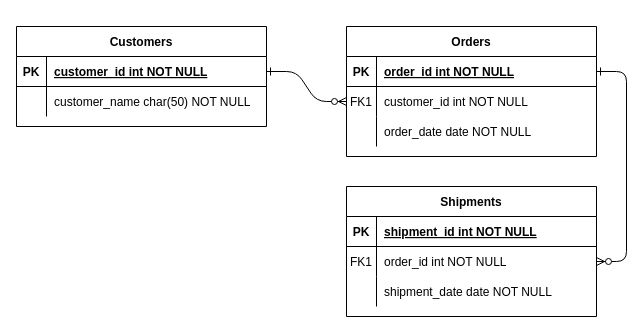
The draw.io diagram 名称未設定ファイル.drawio in YoshitakaSaito1223/JavaInClass, before the edit. Source tidied: cells renumbered, new cells numbered last; positions are measured from the earlier drawing's top-left corner, leaving out a move shared by most shapes. Both pictures are drawn from the tidied source at 100%, with x=0, y=0 at pixel (16, 26).
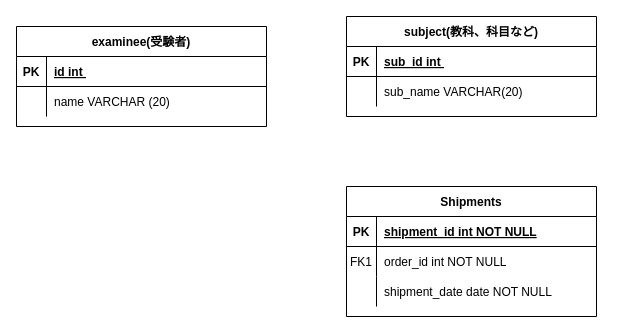
The same page after the edit.

Commit message:
ER図更新ーテーブル概要作成

Unchanged cells that the change refers to:
```xml
<mxCell id="5" style="shape=partialRectangle;fillColor=none;points=[[0,0.5],[1,0.5]];portConstraint=eastwest;top=0;left=0;right=0;bottom=1;" parent="4" vertex="1">
  <mxGeometry y="30" width="250" height="30" as="geometry" />
</mxCell>
<mxCell id="8" style="shape=partialRectangle;fillColor=none;points=[[0,0.5],[1,0.5]];portConstraint=eastwest;top=0;left=0;right=0;bottom=0;" parent="4" vertex="1">
  <mxGeometry y="60" width="250" height="30" as="geometry" />
</mxCell>
<mxCell id="18" style="shape=partialRectangle;fillColor=none;points=[[0,0.5],[1,0.5]];portConstraint=eastwest;top=0;left=0;right=0;bottom=0;" parent="14" vertex="1">
  <mxGeometry y="60" width="250" height="30" as="geometry" />
</mxCell>
<mxCell id="25" style="shape=partialRectangle;fillColor=none;points=[[0,0.5],[1,0.5]];portConstraint=eastwest;top=0;left=0;right=0;bottom=1;" parent="24" vertex="1">
  <mxGeometry y="30" width="250" height="30" as="geometry" />
</mxCell>
<mxCell id="28" style="shape=partialRectangle;fillColor=none;top=0;left=0;right=0;bottom=0;" parent="24" vertex="1">
  <mxGeometry y="60" width="250" height="30" as="geometry" />
</mxCell>
```

What changed in the source:
```diff
@@
-    <mxCell id="2" style="edgeStyle=entityRelationEdgeStyle;endArrow=ERzeroToMany;startArrow=ERone;endFill=1;startFill=0;" parent="1" edge="1" source="25" target="8">
-      <mxGeometry relative="1" as="geometry" />
-    </mxCell>
-    <mxCell id="3" style="edgeStyle=entityRelationEdgeStyle;endArrow=ERzeroToMany;startArrow=ERone;endFill=1;startFill=0;" parent="1" edge="1" source="5" target="18">
-      <mxGeometry relative="1" as="geometry" />
-    </mxCell>
-    <mxCell id="4" value="Orders" style="shape=table;startSize=30;childLayout=tableLayout;rowLines=0;fontStyle=1;align=center;" parent="1" vertex="1">
-      <mxGeometry x="330" width="250" height="130" as="geometry" />
+    <mxCell id="4" value="subject(教科、科目など)" style="shape=table;startSize=30;childLayout=tableLayout;rowLines=0;fontStyle=1;align=center;" parent="1" vertex="1">
+      <mxGeometry x="330" y="-10" width="250" height="100" as="geometry" />
     </mxCell>
@@
-    <mxCell id="7" value="order_id int NOT NULL " style="shape=partialRectangle;overflow=hidden;fillColor=none;top=0;left=0;bottom=0;right=0;align=left;spacingLeft=6;fontStyle=5;" parent="5" vertex="1">
+    <mxCell id="7" value="sub_id int " style="shape=partialRectangle;overflow=hidden;fillColor=none;top=0;left=0;bottom=0;right=0;align=left;spacingLeft=6;fontStyle=5;" parent="5" vertex="1">
       <mxGeometry x="30" width="220" height="30" as="geometry" />
     </mxCell>
@@
-    <mxCell id="9" value="FK1" style="shape=partialRectangle;overflow=hidden;fillColor=none;top=0;left=0;bottom=0;right=0;" parent="8" vertex="1">
+    <mxCell id="9" style="shape=partialRectangle;overflow=hidden;fillColor=none;top=0;left=0;bottom=0;right=0;" parent="8" vertex="1">
       <mxGeometry width="30" height="30" as="geometry" />
     </mxCell>
-    <mxCell id="10" value="customer_id int NOT NULL" style="shape=partialRectangle;overflow=hidden;fillColor=none;top=0;left=0;bottom=0;right=0;align=left;spacingLeft=6;" parent="8" vertex="1">
+    <mxCell id="10" value="sub_name VARCHAR(20)" style="shape=partialRectangle;overflow=hidden;fillColor=none;top=0;left=0;bottom=0;right=0;align=left;spacingLeft=6;" parent="8" vertex="1">
       <mxGeometry x="30" width="220" height="30" as="geometry" />
     </mxCell>
-    <mxCell id="11" style="shape=partialRectangle;fillColor=none;top=0;left=0;right=0;bottom=0;" parent="4" vertex="1">
-      <mxGeometry y="90" width="250" height="30" as="geometry" />
-    </mxCell>
-    <mxCell id="12" style="shape=partialRectangle;overflow=hidden;fillColor=none;top=0;left=0;bottom=0;right=0;" parent="11" vertex="1">
-      <mxGeometry width="30" height="30" as="geometry" />
-    </mxCell>
-    <mxCell id="13" value="order_date date NOT NULL" style="shape=partialRectangle;overflow=hidden;fillColor=none;top=0;left=0;bottom=0;right=0;align=left;spacingLeft=6;" parent="11" vertex="1">
-      <mxGeometry x="30" width="220" height="30" as="geometry" />
-    </mxCell>
@@
-    <mxCell id="24" value="Customers" style="shape=table;startSize=30;childLayout=tableLayout;rowLines=0;fontStyle=1;align=center;" parent="1" vertex="1">
+    <mxCell id="24" value="examinee(受験者)" style="shape=table;startSize=30;childLayout=tableLayout;rowLines=0;fontStyle=1;align=center;" parent="1" vertex="1">
       <mxGeometry width="250" height="100" as="geometry" />
     </mxCell>
@@
-    <mxCell id="27" value="customer_id int NOT NULL " style="shape=partialRectangle;overflow=hidden;fillColor=none;top=0;left=0;bottom=0;right=0;align=left;spacingLeft=6;fontStyle=5;" parent="25" vertex="1">
+    <mxCell id="27" value="id int " style="shape=partialRectangle;overflow=hidden;fillColor=none;top=0;left=0;bottom=0;right=0;align=left;spacingLeft=6;fontStyle=5;" parent="25" vertex="1">
       <mxGeometry x="30" width="220" height="30" as="geometry" />
     </mxCell>
@@
-    <mxCell id="30" value="customer_name char(50) NOT NULL" style="shape=partialRectangle;overflow=hidden;fillColor=none;top=0;left=0;bottom=0;right=0;align=left;spacingLeft=6;" parent="28" vertex="1">
+    <mxCell id="30" value="name VARCHAR (20)" style="shape=partialRectangle;overflow=hidden;fillColor=none;top=0;left=0;bottom=0;right=0;align=left;spacingLeft=6;" parent="28" vertex="1">
       <mxGeometry x="30" width="220" height="30" as="geometry" />
     </mxCell>
```
